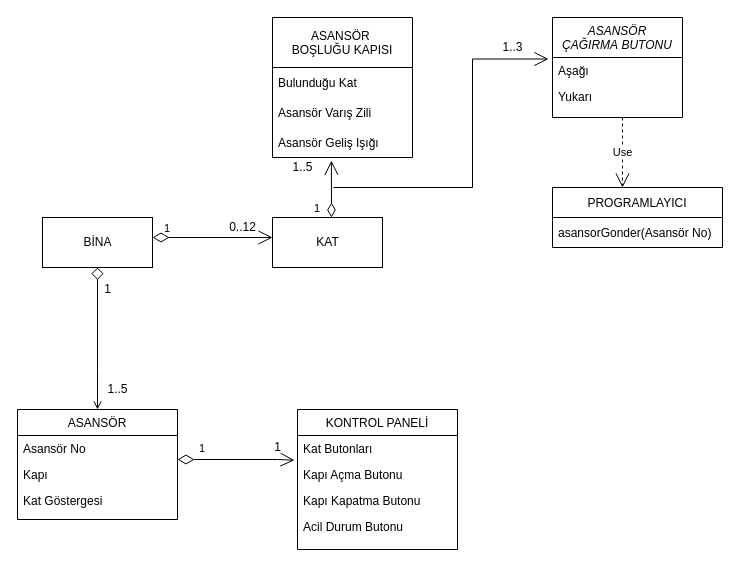
Above: Asansor Simulasyonu.drawio in tanyildiz/patika.dev-sinif-diagrami (draw.io), before the change. Source tidied: cells renumbered, new cells numbered last; positions are measured from the earlier drawing's top-left corner, leaving out a move shared by most shapes. Both pictures are drawn from the tidied source at 100%, with x=0, y=0 at pixel (17, 17).
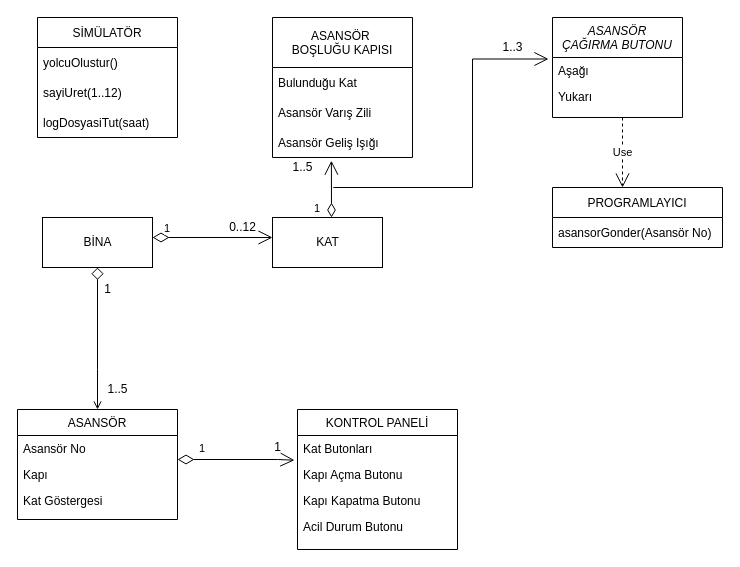
Above is the later version.

The edit, as a diff of the source:
```diff
@@
+    <mxCell id="34" value="SİMÜLATÖR" style="swimlane;fontStyle=0;horizontal=1;startSize=30;" parent="1" vertex="1">
+      <mxGeometry x="20" width="140" height="120" as="geometry" />
+    </mxCell>
+    <mxCell id="35" value="yolcuOlustur()" style="text;strokeColor=none;fillColor=none;align=left;verticalAlign=middle;spacingLeft=4;spacingRight=4;overflow=hidden;" parent="34" vertex="1">
+      <mxGeometry y="30" width="140" height="30" as="geometry" />
+    </mxCell>
+    <mxCell id="36" value="sayiUret(1..12)" style="text;strokeColor=none;fillColor=none;align=left;verticalAlign=middle;spacingLeft=4;spacingRight=4;overflow=hidden;" parent="34" vertex="1">
+      <mxGeometry y="60" width="140" height="30" as="geometry" />
+    </mxCell>
+    <mxCell id="37" value="logDosyasiTut(saat)" style="text;strokeColor=none;fillColor=none;align=left;verticalAlign=middle;spacingLeft=4;spacingRight=4;overflow=hidden;" parent="34" vertex="1">
+      <mxGeometry y="90" width="140" height="30" as="geometry" />
+    </mxCell>
```
